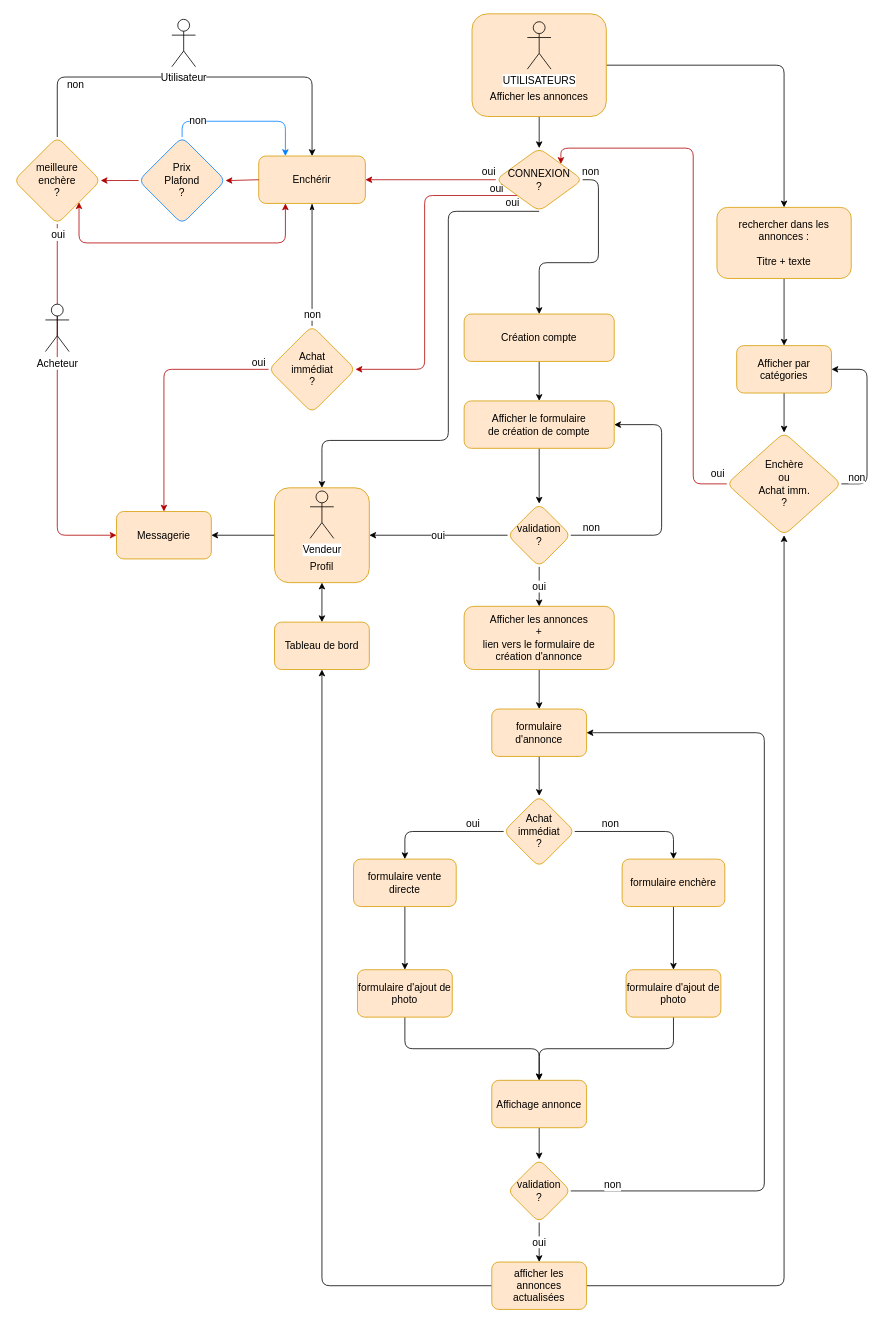
Above: page "Diagramme d'Activité" (4 of 4) of Untitled Diagram.drawio in Spirulineman/Le_meilleur_coin.com (draw.io), before the change. Source tidied: cells renumbered, new cells numbered last; positions are measured from the earlier drawing's top-left corner, leaving out a move shared by most shapes. Both pictures are drawn from the tidied source at 79%, with x=0, y=0 at pixel (13, 13).
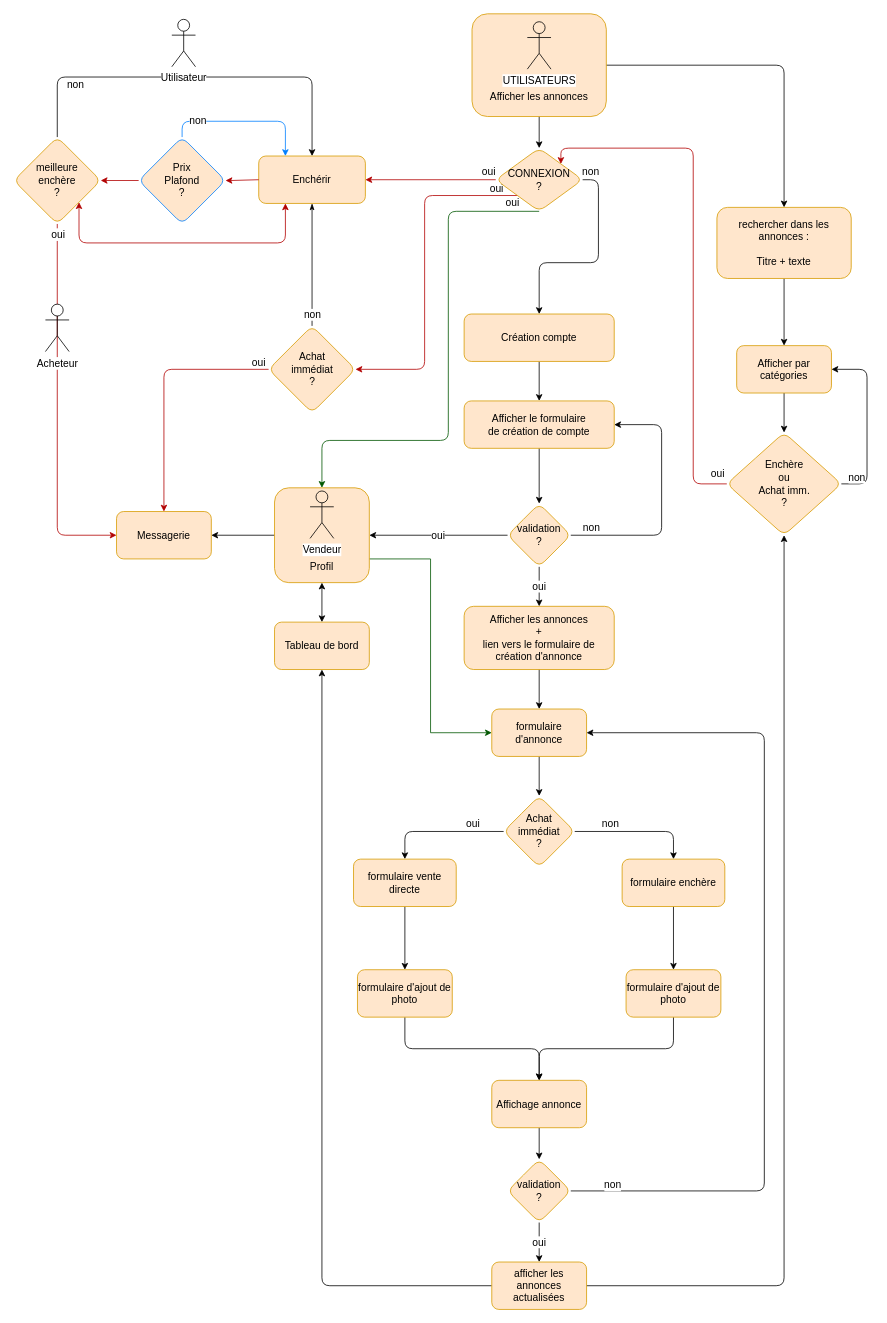
After the change.

Unchanged cells that the change refers to:
```xml
<mxCell id="19" value="formulaire d'annonce" style="whiteSpace=wrap;html=1;fontSize=13;strokeColor=#d79b00;fillColor=#ffe6cc;rounded=1;" parent="1" vertex="1">
  <mxGeometry x="605" y="880" width="120" height="60" as="geometry" />
</mxCell>
<mxCell id="44" value="&lt;div&gt;&lt;br&gt;&lt;/div&gt;&lt;div&gt;&lt;br&gt;&lt;/div&gt;&lt;div&gt;&lt;br&gt;&lt;/div&gt;&lt;div&gt;&lt;br&gt;&lt;/div&gt;&lt;div&gt;&lt;br&gt;&lt;/div&gt;&lt;div&gt;Profil&lt;br&gt;&lt;/div&gt;" style="whiteSpace=wrap;html=1;fontSize=13;strokeColor=#d79b00;fillColor=#ffe6cc;rounded=1;" parent="1" vertex="1">
  <mxGeometry x="330" y="600" width="120" height="120" as="geometry" />
</mxCell>
<mxCell id="63" value="&lt;div&gt;CONNEXION&lt;/div&gt;&lt;div&gt;?&lt;br&gt;&lt;/div&gt;" style="rhombus;whiteSpace=wrap;html=1;fontSize=13;strokeColor=#d79b00;fillColor=#ffe6cc;rounded=1;" parent="1" vertex="1">
  <mxGeometry x="610" y="170" width="110" height="80" as="geometry" />
</mxCell>
```

What changed in the source:
```diff
@@
+    <mxCell id="83" style="edgeStyle=orthogonalEdgeStyle;rounded=0;jettySize=auto;html=1;exitX=0;exitY=0.5;exitDx=0;exitDy=0;entryX=1;entryY=0.75;entryDx=0;entryDy=0;startArrow=classic;startFill=1;endArrow=none;endFill=0;fillColor=#008a00;strokeColor=#005700;" parent="1" edge="1" source="19" target="44">
+      <mxGeometry relative="1" as="geometry" />
+    </mxCell>
@@
-    <mxCell id="61" style="edgeStyle=orthogonalEdgeStyle;jumpStyle=arc;jumpSize=13;jettySize=auto;html=1;exitX=0.5;exitY=1;exitDx=0;exitDy=0;entryX=0.5;entryY=0;entryDx=0;entryDy=0;shadow=0;startArrow=none;startFill=0;endArrow=classic;endFill=1;fontSize=13;" parent="1" edge="1" source="63" target="44">
+    <mxCell id="61" style="edgeStyle=orthogonalEdgeStyle;jumpStyle=arc;jumpSize=13;jettySize=auto;html=1;exitX=0.5;exitY=1;exitDx=0;exitDy=0;entryX=0.5;entryY=0;entryDx=0;entryDy=0;shadow=0;startArrow=none;startFill=0;endArrow=classic;endFill=1;fontSize=13;fillColor=#008a00;strokeColor=#005700;" parent="1" edge="1" source="63" target="44">
       <mxGeometry relative="1" as="geometry">
         <Array as="points">
           <mxPoint x="550" y="250" />
           <mxPoint x="550" y="540" />
           <mxPoint x="390" y="540" />
         </Array>
       </mxGeometry>
     </mxCell>
```
